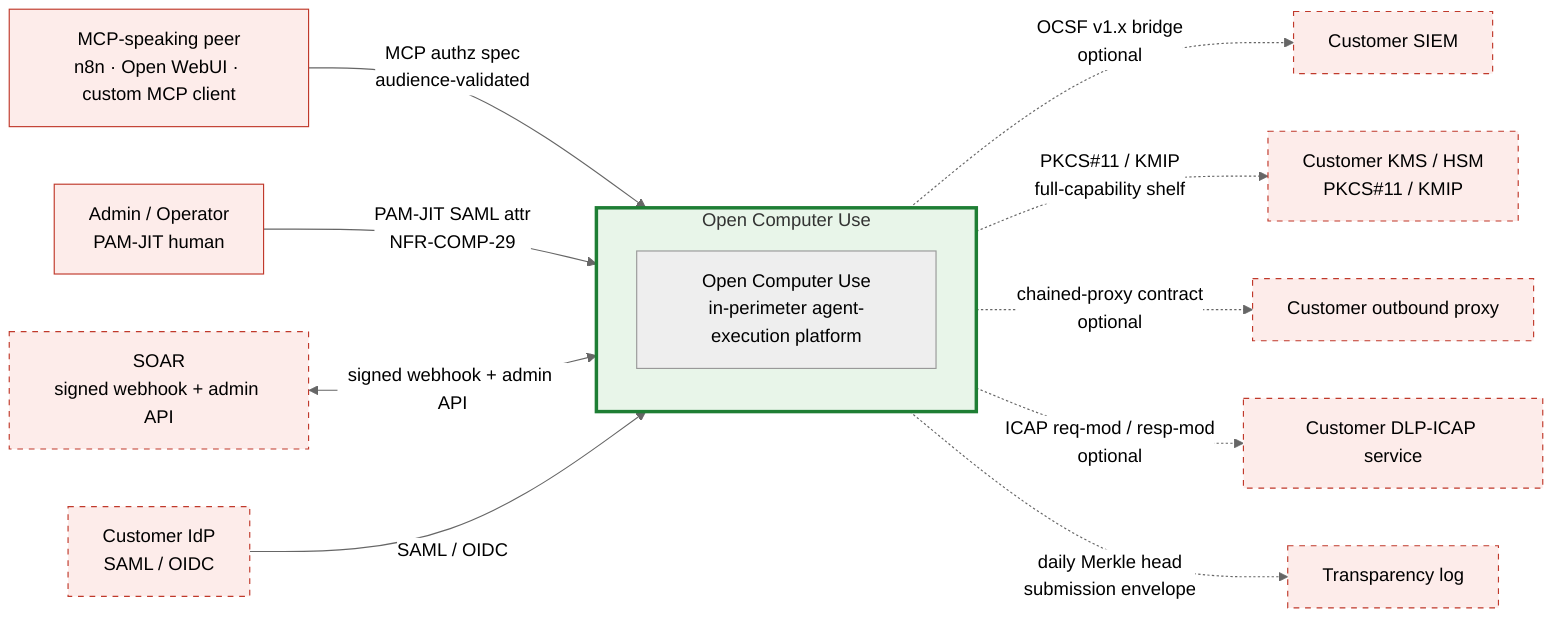
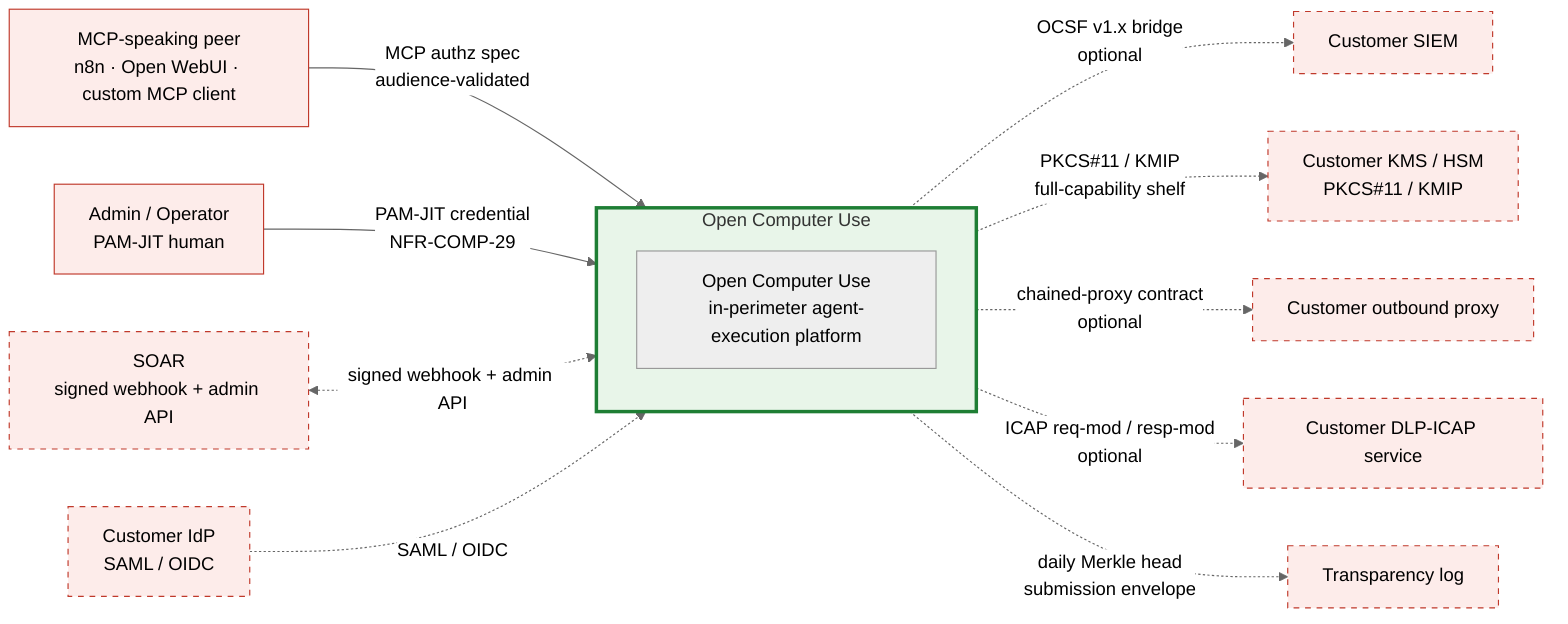
%% SPDX-License-Identifier: FSL-1.1-Apache-2.0
%% Copyright (c) 2025 Open Computer Use Contributors
%% Canonical Layer 4 (C4 Context) diagram. Referenced from docs/architecture/03-c4-context.md.
- %% Convention: solid border = required; dashed border = optional configuration.
+ %% Convention: solid border = present on the minimal-capability shelf; dashed border = not on the minimal shelf by default (per-actor optionality in 03-c4-context.md §4).
%% Palette (project convention): red untrusted / green trusted (amber + blue zones apply at Layer 3 only).

%%{init: {"theme": "neutral"} }%%
flowchart LR

    %% ─── inbound peers (any MCP-speaking caller; REST is a fallback) ───
    PEER[MCP-speaking peer<br/>n8n · Open WebUI · custom MCP client]:::ext
    OPER[Admin / Operator<br/>PAM-JIT human]:::ext

    %% ─── the system under design ───
    subgraph OCU[Open Computer Use]
        BOX[Open Computer Use<br/>in-perimeter agent-execution platform]
    end

-     %% ─── customer infrastructure (required on the full-capability shelf) ───
+     %% ─── customer infrastructure (full-capability shelf; IdP required there, the rest optional) ───
    IDP[Customer IdP<br/>SAML / OIDC]:::extOpt
    KMS[Customer KMS / HSM<br/>PKCS#11 / KMIP]:::extOpt
    SIEM[Customer SIEM]:::extOpt
    CPROXY[Customer outbound proxy]:::extOpt
    ICAP[Customer DLP-ICAP service]:::extOpt

    %% ─── operations and assurance ───
    SOAR[SOAR<br/>signed webhook + admin API]:::extOpt
    TLOG[Transparency log]:::extOpt

    %% ─── edges ───
    PEER -->|"MCP authz spec<br/>audience-validated"| OCU
-     OPER -->|"PAM-JIT SAML attr<br/>NFR-COMP-29"| OCU
-     SOAR <-->|signed webhook + admin API| OCU
-     IDP -->|SAML / OIDC| OCU
+     OPER -->|"PAM-JIT credential<br/>NFR-COMP-29"| OCU
+     SOAR <-.->|signed webhook + admin API| OCU
+     IDP -.->|SAML / OIDC| OCU
    OCU -.->|"OCSF v1.x bridge<br/>optional"| SIEM
    OCU -.->|"PKCS#11 / KMIP<br/>full-capability shelf"| KMS
    OCU -.->|"chained-proxy contract<br/>optional"| CPROXY
    OCU -.->|"ICAP req-mod / resp-mod<br/>optional"| ICAP
    OCU -.->|"daily Merkle head<br/>submission envelope"| TLOG

    %% ─── styling (project palette) ───
    classDef ext fill:#fdecea,stroke:#c0392b,stroke-width:1px;
    classDef extOpt fill:#fdecea,stroke:#c0392b,stroke-dasharray: 5 5;
    style OCU fill:#e8f5e9,stroke:#1e7e34,stroke-width:3px;
